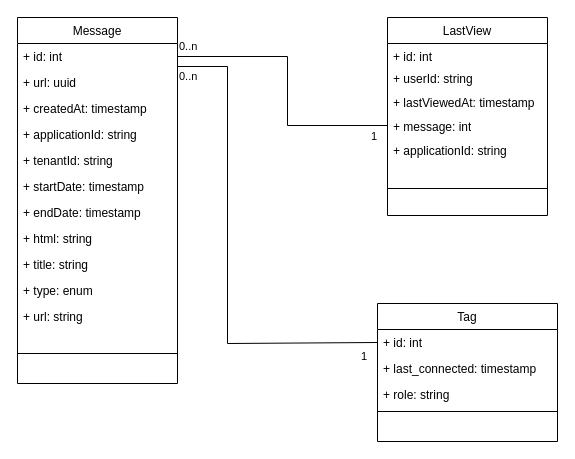
The draw.io diagram draw.io/class-digram-infocaster.drawio in ahidayati/database-diagram, before the edit. Source tidied: cells renumbered, new cells numbered last; positions are measured from the earlier drawing's top-left corner, leaving out a move shared by most shapes. Both pictures are drawn from the tidied source at 100%, with x=0, y=0 at pixel (17, 17).
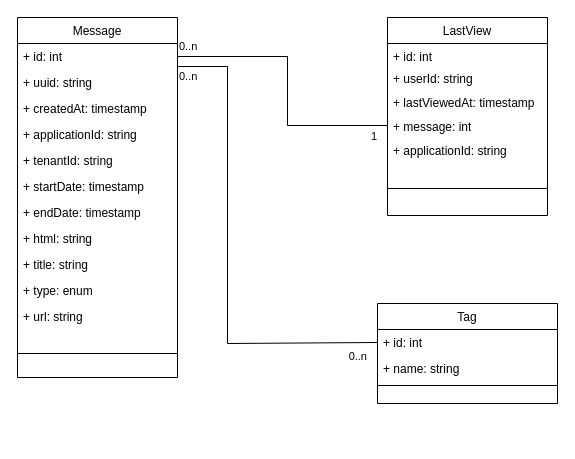
Above is the later version.

Commit message:
Mettre à jour class-digram-infocaster.drawio

Change to the diagram source:
```diff
@@
     <mxCell id="2" value="Message" style="swimlane;fontStyle=0;align=center;verticalAlign=top;horizontal=1;startSize=26;rounded=0;shadow=0;strokeWidth=1;" parent="1" vertex="1">
-      <mxGeometry width="160" height="366" as="geometry" />
+      <mxGeometry width="160" height="360" as="geometry" />
     </mxCell>
@@
-    <mxCell id="4" value="+ url: uuid" style="text;align=left;verticalAlign=top;spacingLeft=4;spacingRight=4;overflow=hidden;rounded=0;shadow=0;html=0;" parent="2" vertex="1">
+    <mxCell id="4" value="+ uuid: string" style="text;align=left;verticalAlign=top;spacingLeft=4;spacingRight=4;overflow=hidden;rounded=0;shadow=0;html=0;" parent="2" vertex="1">
       <mxGeometry y="52" width="160" height="26" as="geometry" />
     </mxCell>
@@
     <mxCell id="15" value="Tag" style="swimlane;fontStyle=0;align=center;verticalAlign=top;horizontal=1;startSize=26;rounded=0;shadow=0;strokeWidth=1;" parent="1" vertex="1">
-      <mxGeometry x="360" y="286" width="180" height="138" as="geometry" />
+      <mxGeometry x="360" y="286" width="180" height="100" as="geometry" />
     </mxCell>
@@
-    <mxCell id="17" value="+ last_connected: timestamp" style="text;align=left;verticalAlign=top;spacingLeft=4;spacingRight=4;overflow=hidden;rounded=0;shadow=0;html=0;" parent="15" vertex="1">
+    <mxCell id="17" value="+ name: string" style="text;align=left;verticalAlign=top;spacingLeft=4;spacingRight=4;overflow=hidden;rounded=0;shadow=0;html=0;" parent="15" vertex="1">
       <mxGeometry y="52" width="180" height="26" as="geometry" />
     </mxCell>
-    <mxCell id="18" value="+ role: string" style="text;align=left;verticalAlign=top;spacingLeft=4;spacingRight=4;overflow=hidden;rounded=0;shadow=0;html=0;" parent="15" vertex="1">
-      <mxGeometry y="78" width="180" height="26" as="geometry" />
-    </mxCell>
     <mxCell id="19" style="line;html=1;strokeWidth=1;align=left;verticalAlign=middle;spacingTop=-1;spacingLeft=3;spacingRight=3;labelPosition=right;" parent="15" vertex="1">
-      <mxGeometry y="104" width="180" height="8" as="geometry" />
+      <mxGeometry y="78" width="180" height="8" as="geometry" />
     </mxCell>
@@
-    <mxCell id="30" value="1" style="edgeLabel;html=1;align=right;verticalAlign=top;" parent="1" vertex="1">
+    <mxCell id="30" value="0..n" style="edgeLabel;html=1;align=right;verticalAlign=top;" parent="1" vertex="1">
       <mxGeometry x="350" y="326" as="geometry" />
     </mxCell>
```
